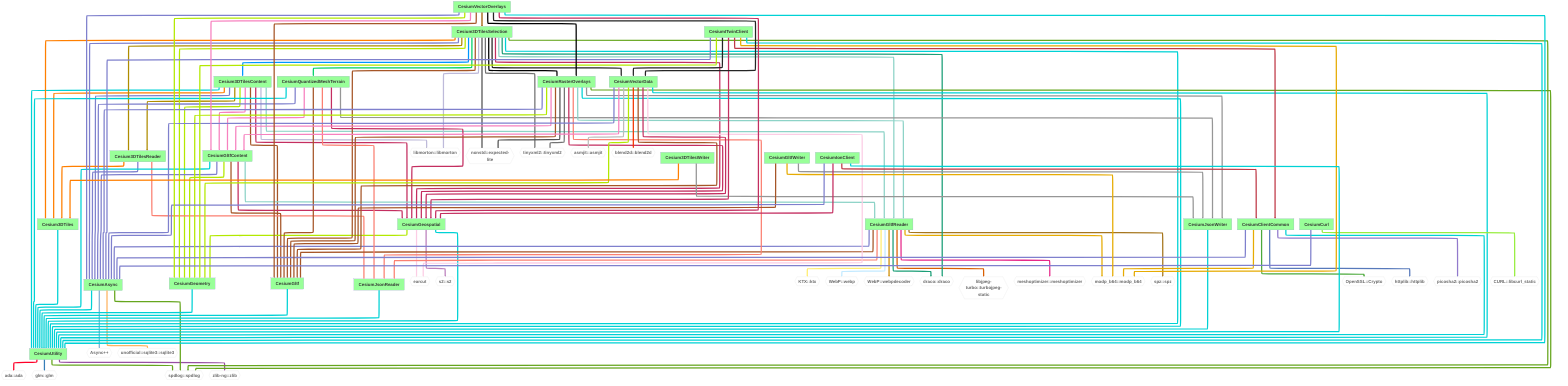
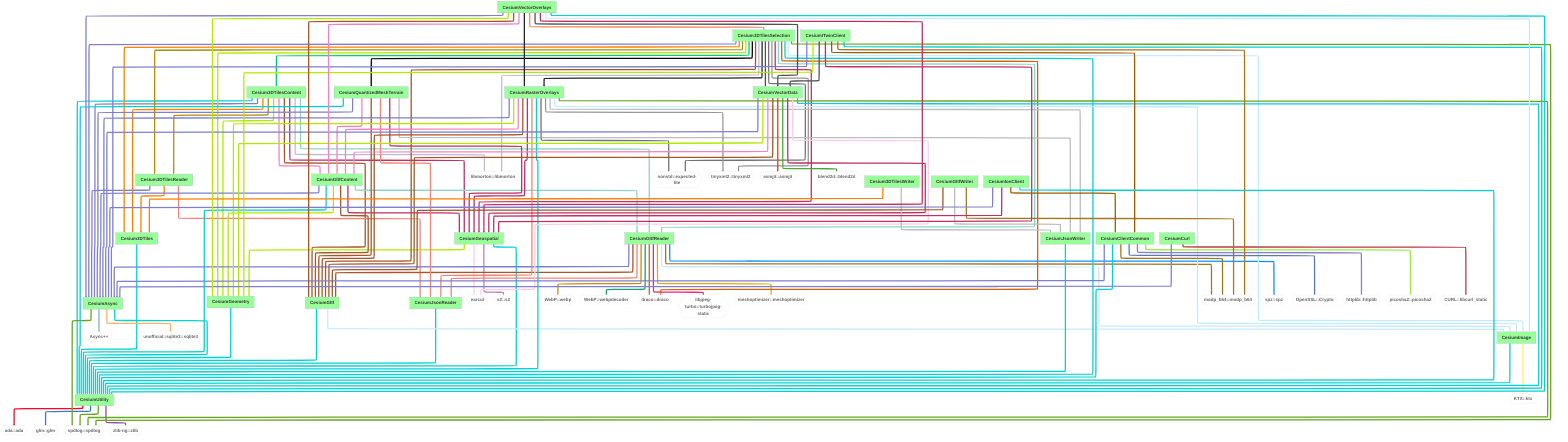
---
comment: This file was generated by dep-graph-gen. DO NOT EDIT THIS FILE!
config:
  layout: elk

---
graph TD
  classDef dependencyNode fill:#fff,stroke:#ccc,color:#666,font-weight:bold,font-size:28px
  classDef libraryNode fill:#9f9,font-weight:bold,font-size:28px
  CesiumUtility[CesiumUtility] --> ada_ada{{ada::ada}}
  CesiumUtility[CesiumUtility] --> glm_glm{{glm::glm}}
  CesiumUtility[CesiumUtility] --> spdlog_spdlog{{spdlog::spdlog}}
  CesiumUtility[CesiumUtility] --> zlib-ng_zlib{{zlib-ng::zlib}}
  Cesium3DTiles[Cesium3DTiles] --> CesiumUtility[CesiumUtility]
  Cesium3DTilesContent[Cesium3DTilesContent] --> Cesium3DTiles[Cesium3DTiles]
  Cesium3DTilesContent[Cesium3DTilesContent] --> Cesium3DTilesReader[Cesium3DTilesReader]
  Cesium3DTilesContent[Cesium3DTilesContent] --> CesiumAsync[CesiumAsync]
  Cesium3DTilesContent[Cesium3DTilesContent] --> CesiumGeometry[CesiumGeometry]
  Cesium3DTilesContent[Cesium3DTilesContent] --> CesiumGeospatial[CesiumGeospatial]
  Cesium3DTilesContent[Cesium3DTilesContent] --> CesiumGltf[CesiumGltf]
  Cesium3DTilesContent[Cesium3DTilesContent] --> CesiumGltfContent[CesiumGltfContent]
  Cesium3DTilesContent[Cesium3DTilesContent] --> CesiumGltfReader[CesiumGltfReader]
  Cesium3DTilesContent[Cesium3DTilesContent] --> CesiumUtility[CesiumUtility]
  Cesium3DTilesContent[Cesium3DTilesContent] --> libmorton_libmorton{{libmorton::libmorton}}
  Cesium3DTilesReader[Cesium3DTilesReader] --> Cesium3DTiles[Cesium3DTiles]
  Cesium3DTilesReader[Cesium3DTilesReader] --> CesiumAsync[CesiumAsync]
  Cesium3DTilesReader[Cesium3DTilesReader] --> CesiumJsonReader[CesiumJsonReader]
  CesiumAsync[CesiumAsync] --> Async_{{Async++}}
  CesiumAsync[CesiumAsync] --> CesiumUtility[CesiumUtility]
  CesiumAsync[CesiumAsync] --> spdlog_spdlog{{spdlog::spdlog}}
  CesiumAsync[CesiumAsync] --> unofficial_sqlite3_sqlite3{{unofficial::sqlite3::sqlite3}}
  CesiumJsonReader[CesiumJsonReader] --> CesiumUtility[CesiumUtility]
  CesiumGeometry[CesiumGeometry] --> CesiumUtility[CesiumUtility]
  CesiumGeospatial[CesiumGeospatial] --> CesiumGeometry[CesiumGeometry]
  CesiumGeospatial[CesiumGeospatial] --> CesiumUtility[CesiumUtility]
  CesiumGeospatial[CesiumGeospatial] --> earcut{{earcut}}
  CesiumGeospatial[CesiumGeospatial] --> s2_s2{{s2::s2}}
+   CesiumImage[CesiumImage] --> CesiumUtility[CesiumUtility]
+   CesiumImage[CesiumImage] --> KTX_ktx{{KTX::ktx}}
+   CesiumGltf[CesiumGltf] --> CesiumImage[CesiumImage]
  CesiumGltf[CesiumGltf] --> CesiumUtility[CesiumUtility]
  CesiumGltfContent[CesiumGltfContent] --> CesiumAsync[CesiumAsync]
  CesiumGltfContent[CesiumGltfContent] --> CesiumGeometry[CesiumGeometry]
  CesiumGltfContent[CesiumGltfContent] --> CesiumGeospatial[CesiumGeospatial]
  CesiumGltfContent[CesiumGltfContent] --> CesiumGltf[CesiumGltf]
  CesiumGltfContent[CesiumGltfContent] --> CesiumGltfReader[CesiumGltfReader]
  CesiumGltfContent[CesiumGltfContent] --> CesiumUtility[CesiumUtility]
  CesiumGltfReader[CesiumGltfReader] --> CesiumAsync[CesiumAsync]
  CesiumGltfReader[CesiumGltfReader] --> CesiumGltf[CesiumGltf]
+   CesiumGltfReader[CesiumGltfReader] --> CesiumImage[CesiumImage]
  CesiumGltfReader[CesiumGltfReader] --> CesiumJsonReader[CesiumJsonReader]
-   CesiumGltfReader[CesiumGltfReader] --> KTX_ktx{{KTX::ktx}}
  CesiumGltfReader[CesiumGltfReader] --> WebP_webp{{WebP::webp}}
  CesiumGltfReader[CesiumGltfReader] --> WebP_webpdecoder{{WebP::webpdecoder}}
  CesiumGltfReader[CesiumGltfReader] --> draco_draco{{draco::draco}}
  CesiumGltfReader[CesiumGltfReader] --> libjpeg-turbo_turbojpeg-static{{libjpeg-turbo::turbojpeg-static}}
  CesiumGltfReader[CesiumGltfReader] --> meshoptimizer_meshoptimizer{{meshoptimizer::meshoptimizer}}
  CesiumGltfReader[CesiumGltfReader] --> modp_b64_modp_b64{{modp_b64::modp_b64}}
  CesiumGltfReader[CesiumGltfReader] --> spz_spz{{spz::spz}}
  Cesium3DTilesSelection[Cesium3DTilesSelection] --> Cesium3DTiles[Cesium3DTiles]
  Cesium3DTilesSelection[Cesium3DTilesSelection] --> Cesium3DTilesContent[Cesium3DTilesContent]
  Cesium3DTilesSelection[Cesium3DTilesSelection] --> Cesium3DTilesReader[Cesium3DTilesReader]
  Cesium3DTilesSelection[Cesium3DTilesSelection] --> CesiumAsync[CesiumAsync]
  Cesium3DTilesSelection[Cesium3DTilesSelection] --> CesiumGeometry[CesiumGeometry]
  Cesium3DTilesSelection[Cesium3DTilesSelection] --> CesiumGeospatial[CesiumGeospatial]
  Cesium3DTilesSelection[Cesium3DTilesSelection] --> CesiumGltf[CesiumGltf]
  Cesium3DTilesSelection[Cesium3DTilesSelection] --> CesiumGltfReader[CesiumGltfReader]
+   Cesium3DTilesSelection[Cesium3DTilesSelection] --> CesiumImage[CesiumImage]
  Cesium3DTilesSelection[Cesium3DTilesSelection] --> CesiumQuantizedMeshTerrain[CesiumQuantizedMeshTerrain]
  Cesium3DTilesSelection[Cesium3DTilesSelection] --> CesiumRasterOverlays[CesiumRasterOverlays]
  Cesium3DTilesSelection[Cesium3DTilesSelection] --> CesiumUtility[CesiumUtility]
  Cesium3DTilesSelection[Cesium3DTilesSelection] --> CesiumVectorData[CesiumVectorData]
  Cesium3DTilesSelection[Cesium3DTilesSelection] --> draco_draco{{draco::draco}}
  Cesium3DTilesSelection[Cesium3DTilesSelection] --> libmorton_libmorton{{libmorton::libmorton}}
  Cesium3DTilesSelection[Cesium3DTilesSelection] --> nonstd_expected-lite{{nonstd::expected-lite}}
  Cesium3DTilesSelection[Cesium3DTilesSelection] --> spdlog_spdlog{{spdlog::spdlog}}
  Cesium3DTilesSelection[Cesium3DTilesSelection] --> tinyxml2_tinyxml2{{tinyxml2::tinyxml2}}
  CesiumQuantizedMeshTerrain[CesiumQuantizedMeshTerrain] --> CesiumAsync[CesiumAsync]
  CesiumQuantizedMeshTerrain[CesiumQuantizedMeshTerrain] --> CesiumGeospatial[CesiumGeospatial]
  CesiumQuantizedMeshTerrain[CesiumQuantizedMeshTerrain] --> CesiumGltf[CesiumGltf]
  CesiumQuantizedMeshTerrain[CesiumQuantizedMeshTerrain] --> CesiumGltfContent[CesiumGltfContent]
  CesiumQuantizedMeshTerrain[CesiumQuantizedMeshTerrain] --> CesiumJsonReader[CesiumJsonReader]
  CesiumQuantizedMeshTerrain[CesiumQuantizedMeshTerrain] --> CesiumJsonWriter[CesiumJsonWriter]
  CesiumQuantizedMeshTerrain[CesiumQuantizedMeshTerrain] --> CesiumUtility[CesiumUtility]
  CesiumJsonWriter[CesiumJsonWriter] --> CesiumUtility[CesiumUtility]
  CesiumRasterOverlays[CesiumRasterOverlays] --> CesiumAsync[CesiumAsync]
  CesiumRasterOverlays[CesiumRasterOverlays] --> CesiumGeometry[CesiumGeometry]
  CesiumRasterOverlays[CesiumRasterOverlays] --> CesiumGeospatial[CesiumGeospatial]
  CesiumRasterOverlays[CesiumRasterOverlays] --> CesiumGltf[CesiumGltf]
  CesiumRasterOverlays[CesiumRasterOverlays] --> CesiumGltfContent[CesiumGltfContent]
-   CesiumRasterOverlays[CesiumRasterOverlays] --> CesiumGltfReader[CesiumGltfReader]
+   CesiumRasterOverlays[CesiumRasterOverlays] --> CesiumImage[CesiumImage]
  CesiumRasterOverlays[CesiumRasterOverlays] --> CesiumJsonReader[CesiumJsonReader]
  CesiumRasterOverlays[CesiumRasterOverlays] --> CesiumJsonWriter[CesiumJsonWriter]
  CesiumRasterOverlays[CesiumRasterOverlays] --> CesiumUtility[CesiumUtility]
  CesiumRasterOverlays[CesiumRasterOverlays] --> nonstd_expected-lite{{nonstd::expected-lite}}
  CesiumRasterOverlays[CesiumRasterOverlays] --> spdlog_spdlog{{spdlog::spdlog}}
  CesiumRasterOverlays[CesiumRasterOverlays] --> tinyxml2_tinyxml2{{tinyxml2::tinyxml2}}
  CesiumVectorData[CesiumVectorData] --> CesiumAsync[CesiumAsync]
  CesiumVectorData[CesiumVectorData] --> CesiumGeometry[CesiumGeometry]
  CesiumVectorData[CesiumVectorData] --> CesiumGeospatial[CesiumGeospatial]
  CesiumVectorData[CesiumVectorData] --> CesiumGltf[CesiumGltf]
  CesiumVectorData[CesiumVectorData] --> CesiumGltfContent[CesiumGltfContent]
  CesiumVectorData[CesiumVectorData] --> CesiumUtility[CesiumUtility]
  CesiumVectorData[CesiumVectorData] --> asmjit_asmjit{{asmjit::asmjit}}
  CesiumVectorData[CesiumVectorData] --> blend2d_blend2d{{blend2d::blend2d}}
  CesiumVectorData[CesiumVectorData] --> earcut{{earcut}}
  Cesium3DTilesWriter[Cesium3DTilesWriter] --> Cesium3DTiles[Cesium3DTiles]
  Cesium3DTilesWriter[Cesium3DTilesWriter] --> CesiumJsonWriter[CesiumJsonWriter]
  CesiumClientCommon[CesiumClientCommon] --> CesiumAsync[CesiumAsync]
  CesiumClientCommon[CesiumClientCommon] --> CesiumUtility[CesiumUtility]
  CesiumClientCommon[CesiumClientCommon] --> OpenSSL_Crypto{{OpenSSL::Crypto}}
  CesiumClientCommon[CesiumClientCommon] --> httplib_httplib{{httplib::httplib}}
  CesiumClientCommon[CesiumClientCommon] --> modp_b64_modp_b64{{modp_b64::modp_b64}}
  CesiumClientCommon[CesiumClientCommon] --> picosha2_picosha2{{picosha2::picosha2}}
  CesiumCurl[CesiumCurl] --> CURL_libcurl_static{{CURL::libcurl_static}}
  CesiumCurl[CesiumCurl] --> CesiumAsync[CesiumAsync]
  CesiumGltfWriter[CesiumGltfWriter] --> CesiumGltf[CesiumGltf]
  CesiumGltfWriter[CesiumGltfWriter] --> CesiumJsonWriter[CesiumJsonWriter]
  CesiumGltfWriter[CesiumGltfWriter] --> modp_b64_modp_b64{{modp_b64::modp_b64}}
  CesiumITwinClient[CesiumITwinClient] --> CesiumAsync[CesiumAsync]
  CesiumITwinClient[CesiumITwinClient] --> CesiumClientCommon[CesiumClientCommon]
  CesiumITwinClient[CesiumITwinClient] --> CesiumGeometry[CesiumGeometry]
  CesiumITwinClient[CesiumITwinClient] --> CesiumGeospatial[CesiumGeospatial]
  CesiumITwinClient[CesiumITwinClient] --> CesiumUtility[CesiumUtility]
  CesiumITwinClient[CesiumITwinClient] --> CesiumVectorData[CesiumVectorData]
  CesiumITwinClient[CesiumITwinClient] --> modp_b64_modp_b64{{modp_b64::modp_b64}}
  CesiumIonClient[CesiumIonClient] --> CesiumAsync[CesiumAsync]
  CesiumIonClient[CesiumIonClient] --> CesiumClientCommon[CesiumClientCommon]
  CesiumIonClient[CesiumIonClient] --> CesiumGeospatial[CesiumGeospatial]
  CesiumIonClient[CesiumIonClient] --> CesiumUtility[CesiumUtility]
  CesiumVectorOverlays[CesiumVectorOverlays] --> Cesium3DTilesSelection[Cesium3DTilesSelection]
  CesiumVectorOverlays[CesiumVectorOverlays] --> CesiumAsync[CesiumAsync]
  CesiumVectorOverlays[CesiumVectorOverlays] --> CesiumGeometry[CesiumGeometry]
  CesiumVectorOverlays[CesiumVectorOverlays] --> CesiumGeospatial[CesiumGeospatial]
  CesiumVectorOverlays[CesiumVectorOverlays] --> CesiumGltf[CesiumGltf]
  CesiumVectorOverlays[CesiumVectorOverlays] --> CesiumGltfContent[CesiumGltfContent]
+   CesiumVectorOverlays[CesiumVectorOverlays] --> CesiumImage[CesiumImage]
  CesiumVectorOverlays[CesiumVectorOverlays] --> CesiumRasterOverlays[CesiumRasterOverlays]
  CesiumVectorOverlays[CesiumVectorOverlays] --> CesiumUtility[CesiumUtility]
  CesiumVectorOverlays[CesiumVectorOverlays] --> CesiumVectorData[CesiumVectorData]
  class ada_ada,glm_glm,spdlog_spdlog,zlib-ng_zlib,libmorton_libmorton,Async_,unofficial_sqlite3_sqlite3,earcut,s2_s2,KTX_ktx,WebP_webp,WebP_webpdecoder,draco_draco,libjpeg-turbo_turbojpeg-static,meshoptimizer_meshoptimizer,modp_b64_modp_b64,spz_spz,nonstd_expected-lite,tinyxml2_tinyxml2,asmjit_asmjit,blend2d_blend2d,OpenSSL_Crypto,httplib_httplib,picosha2_picosha2,CURL_libcurl_static dependencyNode
-   class CesiumUtility,Cesium3DTiles,Cesium3DTilesReader,CesiumAsync,CesiumGeometry,CesiumGeospatial,CesiumGltf,CesiumGltfContent,CesiumGltfReader,Cesium3DTilesContent,CesiumJsonReader,CesiumQuantizedMeshTerrain,CesiumRasterOverlays,CesiumVectorData,Cesium3DTilesSelection,CesiumJsonWriter,Cesium3DTilesWriter,CesiumClientCommon,CesiumCurl,CesiumGltfWriter,CesiumITwinClient,CesiumIonClient,CesiumVectorOverlays libraryNode
+   class CesiumUtility,Cesium3DTiles,Cesium3DTilesReader,CesiumAsync,CesiumGeometry,CesiumGeospatial,CesiumGltf,CesiumGltfContent,CesiumGltfReader,Cesium3DTilesContent,CesiumJsonReader,CesiumImage,CesiumQuantizedMeshTerrain,CesiumRasterOverlays,CesiumVectorData,Cesium3DTilesSelection,CesiumJsonWriter,Cesium3DTilesWriter,CesiumClientCommon,CesiumCurl,CesiumGltfWriter,CesiumITwinClient,CesiumIonClient,CesiumVectorOverlays libraryNode
  linkStyle 0 stroke:#ff0029,stroke-width:8px
  linkStyle 1 stroke:#377eb8,stroke-width:8px
-   linkStyle 2,20,61,81 stroke:#66a61e,stroke-width:8px
+   linkStyle 2,20,65,85 stroke:#66a61e,stroke-width:8px
  linkStyle 3 stroke:#984ea3,stroke-width:8px
-   linkStyle 4,13,19,22,23,25,28,34,56,69,70,79,88,95,109,115,123 stroke:#00d2d5,stroke-width:8px
-   linkStyle 5,15,46,92 stroke:#ff7f00,stroke-width:8px
-   linkStyle 6,48 stroke:#af8d00,stroke-width:8px
-   linkStyle 7,16,29,35,49,63,71,83,94,101,105,112,117 stroke:#7f80cd,stroke-width:8px
-   linkStyle 8,24,30,50,72,84,107,118 stroke:#b3e900,stroke-width:8px
-   linkStyle 9,31,51,64,73,85,108,114,119 stroke:#c42e60,stroke-width:8px
-   linkStyle 10,32,36,52,65,74,86,102,120 stroke:#a65628,stroke-width:8px
-   linkStyle 11,66,75,87,121 stroke:#f781bf,stroke-width:8px
-   linkStyle 12,33,53,76 stroke:#8dd3c7,stroke-width:8px
-   linkStyle 14,59 stroke:#bebada,stroke-width:8px
-   linkStyle 17,37,67,77 stroke:#fb8072,stroke-width:8px
+   linkStyle 4,13,19,22,23,25,28,31,37,60,73,74,83,92,99,113,119,128 stroke:#00d2d5,stroke-width:8px
+   linkStyle 5,15,49,96 stroke:#ff7f00,stroke-width:8px
+   linkStyle 6,51 stroke:#af8d00,stroke-width:8px
+   linkStyle 7,16,32,38,52,67,75,87,98,105,109,116,121 stroke:#7f80cd,stroke-width:8px
+   linkStyle 8,24,33,53,76,88,111,122 stroke:#b3e900,stroke-width:8px
+   linkStyle 9,34,54,68,77,89,112,118,123 stroke:#c42e60,stroke-width:8px
+   linkStyle 10,35,39,55,69,78,90,106,124 stroke:#a65628,stroke-width:8px
+   linkStyle 11,70,79,91,125 stroke:#f781bf,stroke-width:8px
+   linkStyle 12,36,56 stroke:#8dd3c7,stroke-width:8px
+   linkStyle 14,63 stroke:#bebada,stroke-width:8px
+   linkStyle 17,41,71,81 stroke:#fb8072,stroke-width:8px
  linkStyle 18 stroke:#80b1d3,stroke-width:8px
  linkStyle 21 stroke:#fdb462,stroke-width:8px
-   linkStyle 26,91 stroke:#fccde5,stroke-width:8px
+   linkStyle 26,95 stroke:#fccde5,stroke-width:8px
  linkStyle 27 stroke:#bc80bd,stroke-width:8px
-   linkStyle 38 stroke:#ffed6f,stroke-width:8px
-   linkStyle 39 stroke:#c4eaff,stroke-width:8px
-   linkStyle 40 stroke:#cf8c00,stroke-width:8px
-   linkStyle 41,58 stroke:#1b9e77,stroke-width:8px
-   linkStyle 42 stroke:#d95f02,stroke-width:8px
-   linkStyle 43 stroke:#e7298a,stroke-width:8px
-   linkStyle 44,98,104,111 stroke:#e6ab02,stroke-width:8px
-   linkStyle 45 stroke:#a6761d,stroke-width:8px
-   linkStyle 47 stroke:#0097ff,stroke-width:8px
-   linkStyle 54 stroke:#00d067,stroke-width:8px
-   linkStyle 55,122 stroke:#000000,stroke-width:8px
-   linkStyle 57,110,124 stroke:#252525,stroke-width:8px
-   linkStyle 60,80 stroke:#525252,stroke-width:8px
-   linkStyle 62,82 stroke:#737373,stroke-width:8px
-   linkStyle 68,78,93,103 stroke:#969696,stroke-width:8px
-   linkStyle 89 stroke:#bdbdbd,stroke-width:8px
-   linkStyle 90 stroke:#f43600,stroke-width:8px
-   linkStyle 96 stroke:#4ba93b,stroke-width:8px
-   linkStyle 97 stroke:#5779bb,stroke-width:8px
-   linkStyle 99 stroke:#927acc,stroke-width:8px
-   linkStyle 100 stroke:#97ee3f,stroke-width:8px
-   linkStyle 106,113 stroke:#bf3947,stroke-width:8px
-   linkStyle 116 stroke:#9f5b00,stroke-width:8px
+   linkStyle 29 stroke:#ffed6f,stroke-width:8px
+   linkStyle 30,40,57,80,126 stroke:#c4eaff,stroke-width:8px
+   linkStyle 42 stroke:#cf8c00,stroke-width:8px
+   linkStyle 43 stroke:#1b9e77,stroke-width:8px
+   linkStyle 44,62 stroke:#d95f02,stroke-width:8px
+   linkStyle 45 stroke:#e7298a,stroke-width:8px
+   linkStyle 46 stroke:#e6ab02,stroke-width:8px
+   linkStyle 47,102,108,115 stroke:#a6761d,stroke-width:8px
+   linkStyle 48 stroke:#0097ff,stroke-width:8px
+   linkStyle 50 stroke:#00d067,stroke-width:8px
+   linkStyle 58 stroke:#000000,stroke-width:8px
+   linkStyle 59,127 stroke:#252525,stroke-width:8px
+   linkStyle 61,114,129 stroke:#525252,stroke-width:8px
+   linkStyle 64,84 stroke:#737373,stroke-width:8px
+   linkStyle 66,86 stroke:#969696,stroke-width:8px
+   linkStyle 72,82,97,107 stroke:#bdbdbd,stroke-width:8px
+   linkStyle 93 stroke:#f43600,stroke-width:8px
+   linkStyle 94 stroke:#4ba93b,stroke-width:8px
+   linkStyle 100 stroke:#5779bb,stroke-width:8px
+   linkStyle 101 stroke:#927acc,stroke-width:8px
+   linkStyle 103 stroke:#97ee3f,stroke-width:8px
+   linkStyle 104 stroke:#bf3947,stroke-width:8px
+   linkStyle 110,117 stroke:#9f5b00,stroke-width:8px
+   linkStyle 120 stroke:#f48758,stroke-width:8px
